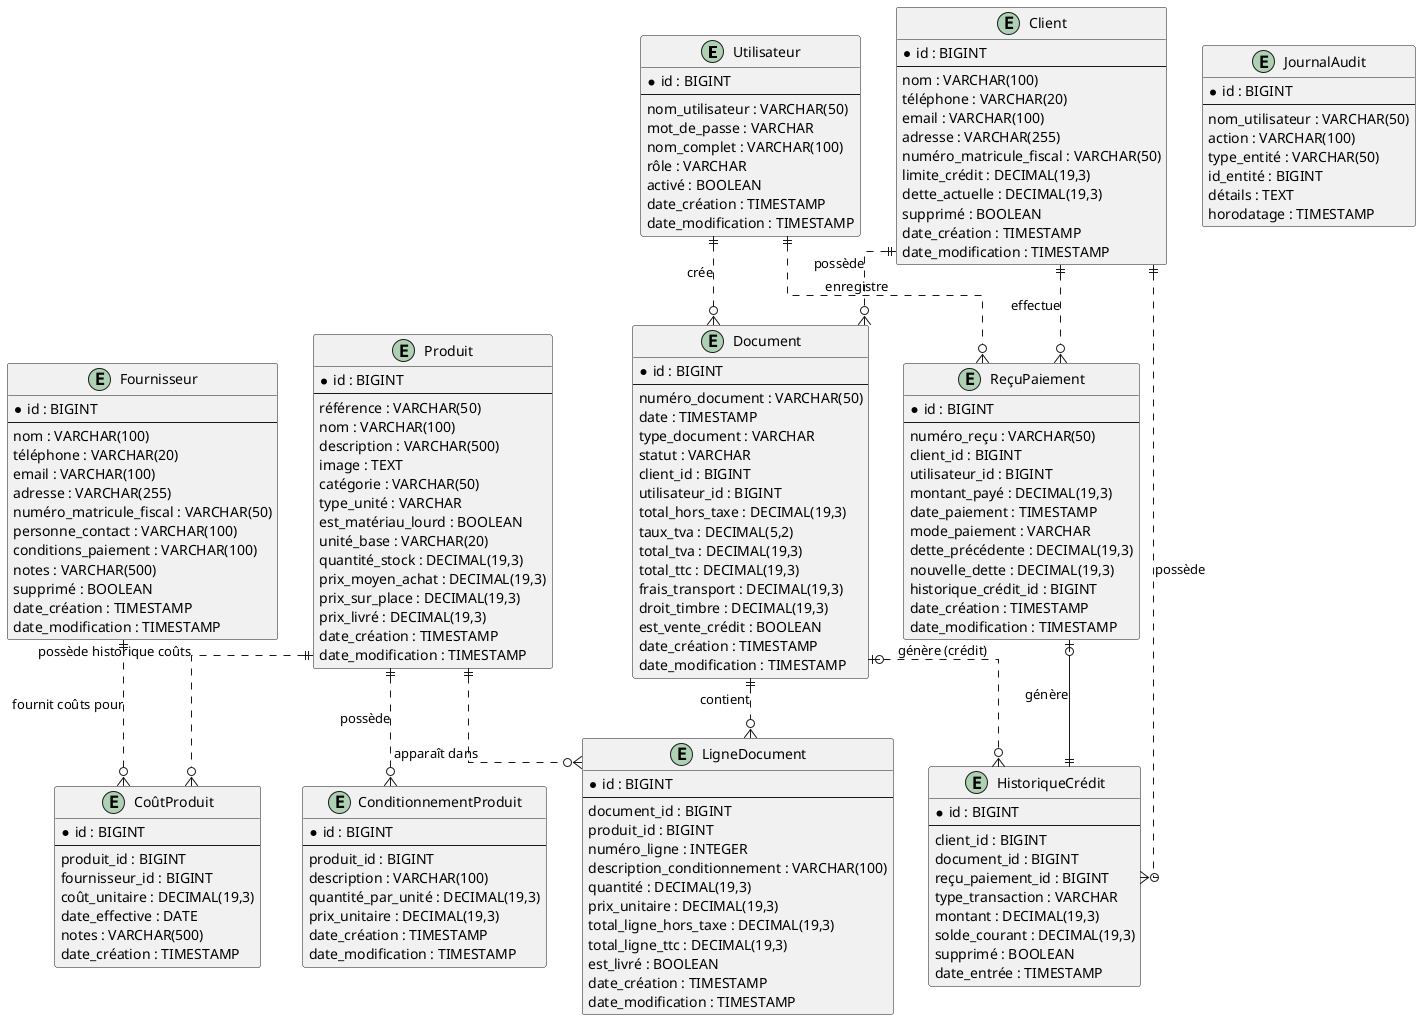
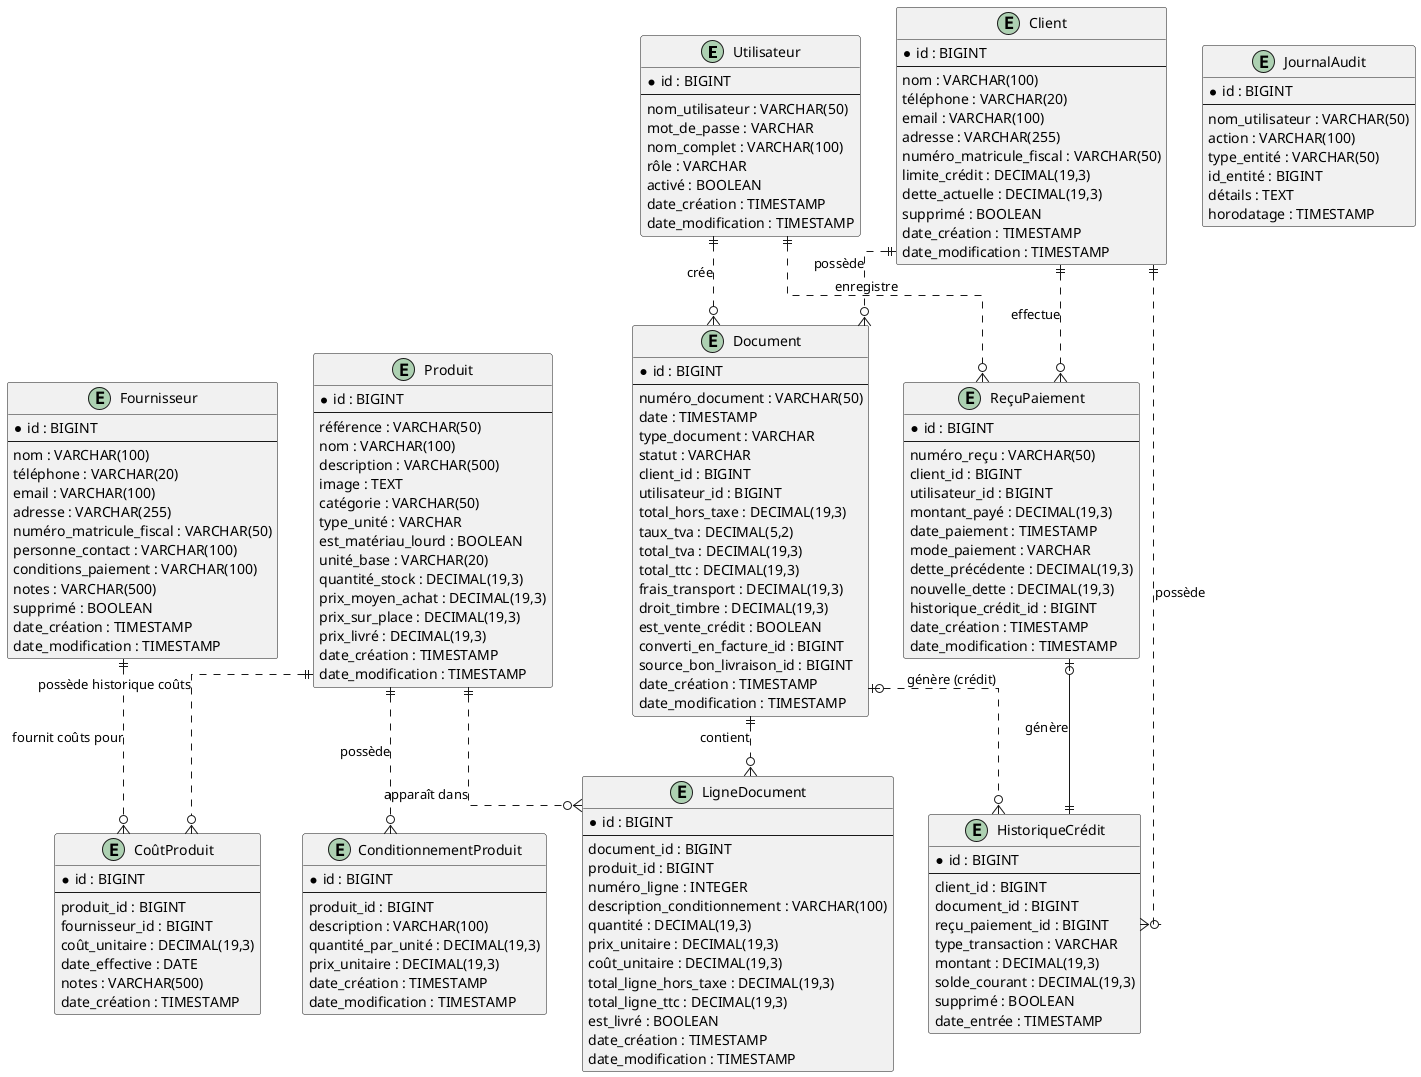
@startuml Relations Entités - Magasin de Matériaux
' INOVEXAHUB - Système de Gestion Commerciale et Point de Vente (POS)
' Sprint 1: Modélisation UML - Relations Entités
' Version: 1.0 (MVP)

skinparam linetype ortho

entity "Utilisateur" as utilisateur {
  *id : BIGINT
  --
  nom_utilisateur : VARCHAR(50)
  mot_de_passe : VARCHAR
  nom_complet : VARCHAR(100)
  rôle : VARCHAR
  activé : BOOLEAN
  date_création : TIMESTAMP
  date_modification : TIMESTAMP
}

entity "Client" as client {
  *id : BIGINT
  --
  nom : VARCHAR(100)
  téléphone : VARCHAR(20)
  email : VARCHAR(100)
  adresse : VARCHAR(255)
  numéro_matricule_fiscal : VARCHAR(50)
  limite_crédit : DECIMAL(19,3)
  dette_actuelle : DECIMAL(19,3)
  supprimé : BOOLEAN
  date_création : TIMESTAMP
  date_modification : TIMESTAMP
}

entity "Fournisseur" as fournisseur {
  *id : BIGINT
  --
  nom : VARCHAR(100)
  téléphone : VARCHAR(20)
  email : VARCHAR(100)
  adresse : VARCHAR(255)
  numéro_matricule_fiscal : VARCHAR(50)
  personne_contact : VARCHAR(100)
  conditions_paiement : VARCHAR(100)
  notes : VARCHAR(500)
  supprimé : BOOLEAN
  date_création : TIMESTAMP
  date_modification : TIMESTAMP
}

entity "Produit" as produit {
  *id : BIGINT
  --
  référence : VARCHAR(50)
  nom : VARCHAR(100)
  description : VARCHAR(500)
  image : TEXT
  catégorie : VARCHAR(50)
  type_unité : VARCHAR
  est_matériau_lourd : BOOLEAN
  unité_base : VARCHAR(20)
  quantité_stock : DECIMAL(19,3)
  prix_moyen_achat : DECIMAL(19,3)
  prix_sur_place : DECIMAL(19,3)
  prix_livré : DECIMAL(19,3)
  date_création : TIMESTAMP
  date_modification : TIMESTAMP
}

entity "ConditionnementProduit" as conditionnement {
  *id : BIGINT
  --
  produit_id : BIGINT
  description : VARCHAR(100)
  quantité_par_unité : DECIMAL(19,3)
  prix_unitaire : DECIMAL(19,3)
  date_création : TIMESTAMP
  date_modification : TIMESTAMP
}

entity "CoûtProduit" as coût_produit {
  *id : BIGINT
  --
  produit_id : BIGINT
  fournisseur_id : BIGINT
  coût_unitaire : DECIMAL(19,3)
  date_effective : DATE
  notes : VARCHAR(500)
  date_création : TIMESTAMP
}

entity "Document" as document {
  *id : BIGINT
  --
  numéro_document : VARCHAR(50)
  date : TIMESTAMP
  type_document : VARCHAR
  statut : VARCHAR
  client_id : BIGINT
  utilisateur_id : BIGINT
  total_hors_taxe : DECIMAL(19,3)
  taux_tva : DECIMAL(5,2)
  total_tva : DECIMAL(19,3)
  total_ttc : DECIMAL(19,3)
  frais_transport : DECIMAL(19,3)
  droit_timbre : DECIMAL(19,3)
  est_vente_crédit : BOOLEAN
+   converti_en_facture_id : BIGINT
+   source_bon_livraison_id : BIGINT
  date_création : TIMESTAMP
  date_modification : TIMESTAMP
}

entity "LigneDocument" as ligne_document {
  *id : BIGINT
  --
  document_id : BIGINT
  produit_id : BIGINT
  numéro_ligne : INTEGER
  description_conditionnement : VARCHAR(100)
  quantité : DECIMAL(19,3)
  prix_unitaire : DECIMAL(19,3)
+   coût_unitaire : DECIMAL(19,3)
  total_ligne_hors_taxe : DECIMAL(19,3)
  total_ligne_ttc : DECIMAL(19,3)
  est_livré : BOOLEAN
  date_création : TIMESTAMP
  date_modification : TIMESTAMP
}

entity "ReçuPaiement" as reçu_paiement {
  *id : BIGINT
  --
  numéro_reçu : VARCHAR(50)
  client_id : BIGINT
  utilisateur_id : BIGINT
  montant_payé : DECIMAL(19,3)
  date_paiement : TIMESTAMP
  mode_paiement : VARCHAR
  dette_précédente : DECIMAL(19,3)
  nouvelle_dette : DECIMAL(19,3)
  historique_crédit_id : BIGINT
  date_création : TIMESTAMP
  date_modification : TIMESTAMP
}

entity "HistoriqueCrédit" as historique_crédit {
  *id : BIGINT
  --
  client_id : BIGINT
  document_id : BIGINT
  reçu_paiement_id : BIGINT
  type_transaction : VARCHAR
  montant : DECIMAL(19,3)
  solde_courant : DECIMAL(19,3)
  supprimé : BOOLEAN
  date_entrée : TIMESTAMP
}

entity "JournalAudit" as journal_audit {
  *id : BIGINT
  --
  nom_utilisateur : VARCHAR(50)
  action : VARCHAR(100)
  type_entité : VARCHAR(50)
  id_entité : BIGINT
  détails : TEXT
  horodatage : TIMESTAMP
}

' ============================================
' RELATIONS
' ============================================

utilisateur ||..o{ document : "crée"
utilisateur ||..o{ reçu_paiement : "enregistre"

client ||..o{ document : "possède"
client ||..o{ reçu_paiement : "effectue"
client ||..o{ historique_crédit : "possède"

produit ||..o{ conditionnement : "possède"
produit ||..o{ coût_produit : "possède historique coûts"
produit ||..o{ ligne_document : "apparaît dans"

fournisseur ||..o{ coût_produit : "fournit coûts pour"

document ||..o{ ligne_document : "contient"
document |o..o{ historique_crédit : "génère (crédit)"

reçu_paiement |o--|| historique_crédit : "génère"

@enduml
